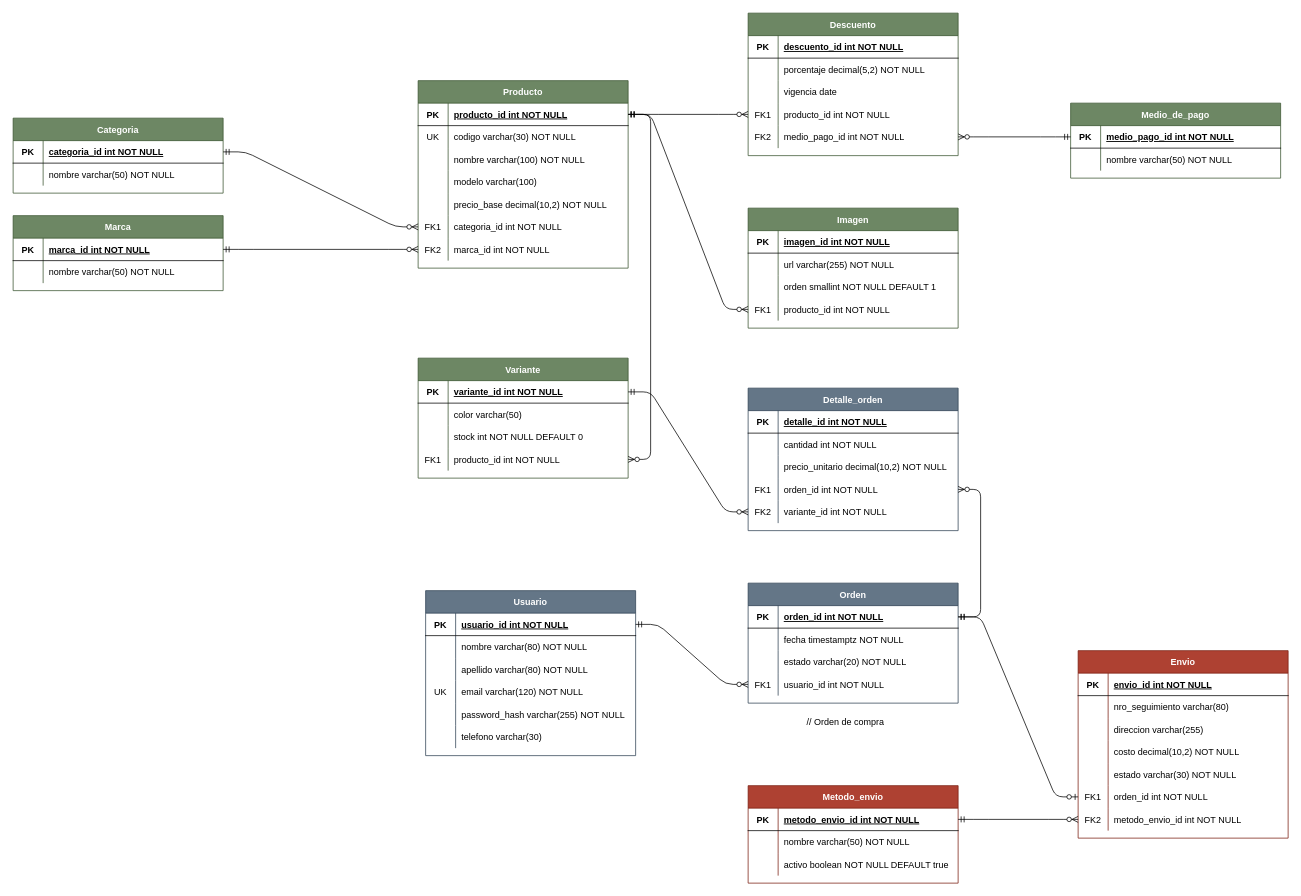
Earlier version of the draw.io diagram BD_ER.drawio (albertinap/Krepla-RacingParts). Source tidied: cells renumbered, new cells numbered last; positions are measured from the earlier drawing's top-left corner, leaving out a move shared by most shapes. Both pictures are drawn from the tidied source at 75%, with x=0, y=0 at pixel (13, 13).
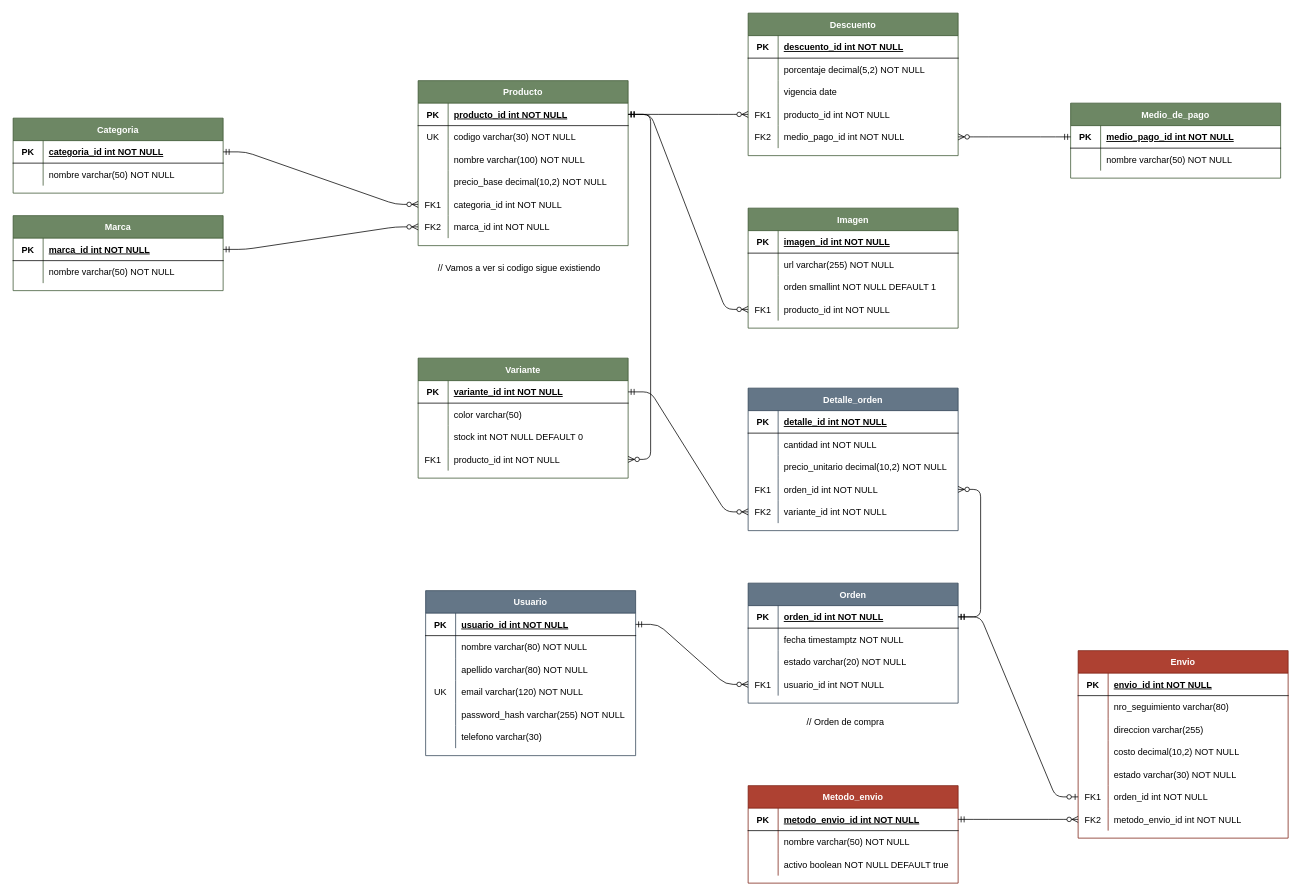
After the change.

What changed in the source:
```diff
@@
     <mxCell id="23" value="Producto" style="shape=table;startSize=30;childLayout=tableLayout;rowLines=0;fontStyle=1;align=center;fillColor=#6d8764;fontColor=#ffffff;strokeColor=#3A5431;" parent="1" vertex="1">
-      <mxGeometry x="540" y="90" width="280" height="250" as="geometry" />
+      <mxGeometry x="540" y="90" width="280" height="220" as="geometry" />
     </mxCell>
@@
-    <mxCell id="33" style="shape=partialRectangle;fillColor=none;top=0;left=0;right=0;bottom=0;" parent="23" vertex="1">
-      <mxGeometry y="120" width="280" height="30" as="geometry" />
-    </mxCell>
-    <mxCell id="34" style="shape=partialRectangle;overflow=hidden;fillColor=none;top=0;left=0;bottom=0;right=0;" parent="33" vertex="1">
-      <mxGeometry width="40" height="30" as="geometry" />
-    </mxCell>
-    <mxCell id="35" value="modelo varchar(100)" style="shape=partialRectangle;overflow=hidden;fillColor=none;top=0;left=0;bottom=0;right=0;align=left;spacingLeft=6;" parent="33" vertex="1">
-      <mxGeometry x="40" width="240" height="30" as="geometry" />
-    </mxCell>
     <mxCell id="36" style="shape=partialRectangle;fillColor=none;top=0;left=0;right=0;bottom=0;" parent="23" vertex="1">
-      <mxGeometry y="150" width="280" height="30" as="geometry" />
+      <mxGeometry y="120" width="280" height="30" as="geometry" />
     </mxCell>
@@
     <mxCell id="39" style="shape=partialRectangle;fillColor=none;points=[[0,0.5],[1,0.5]];portConstraint=eastwest;top=0;left=0;right=0;bottom=0;" parent="23" vertex="1">
-      <mxGeometry y="180" width="280" height="30" as="geometry" />
+      <mxGeometry y="150" width="280" height="30" as="geometry" />
     </mxCell>
@@
     <mxCell id="42" style="shape=partialRectangle;fillColor=none;points=[[0,0.5],[1,0.5]];portConstraint=eastwest;top=0;left=0;right=0;bottom=0;" parent="23" vertex="1">
-      <mxGeometry y="210" width="280" height="30" as="geometry" />
+      <mxGeometry y="180" width="280" height="30" as="geometry" />
     </mxCell>
@@
+    <mxCell id="179" value="// Vamos a ver si codigo sigue existiendo" style="text;html=1;whiteSpace=wrap;strokeColor=none;fillColor=none;align=center;verticalAlign=middle;rounded=0;" parent="1" vertex="1">
+      <mxGeometry x="550" y="325" width="250" height="30" as="geometry" />
+    </mxCell>
```
